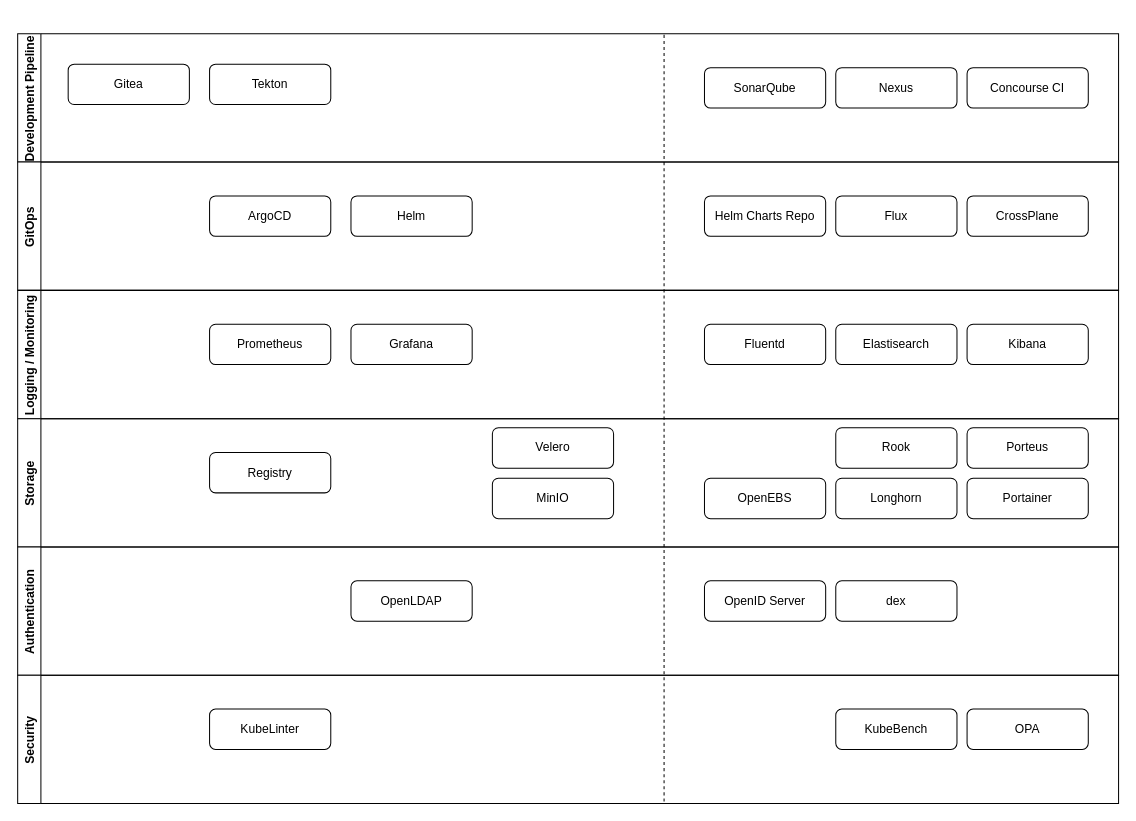
Earlier version of the draw.io diagram docs/map/source/map.drawio (onthedock/k8s-devops). Source tidied: cells renumbered, new cells numbered last; positions are measured from the earlier drawing's top-left corner, leaving out a move shared by most shapes. Both pictures are drawn from the tidied source at 101%, with x=0, y=0 at pixel (17, 33). Pictures stored in the file or linked from it are replaced by grey dashed boxes.
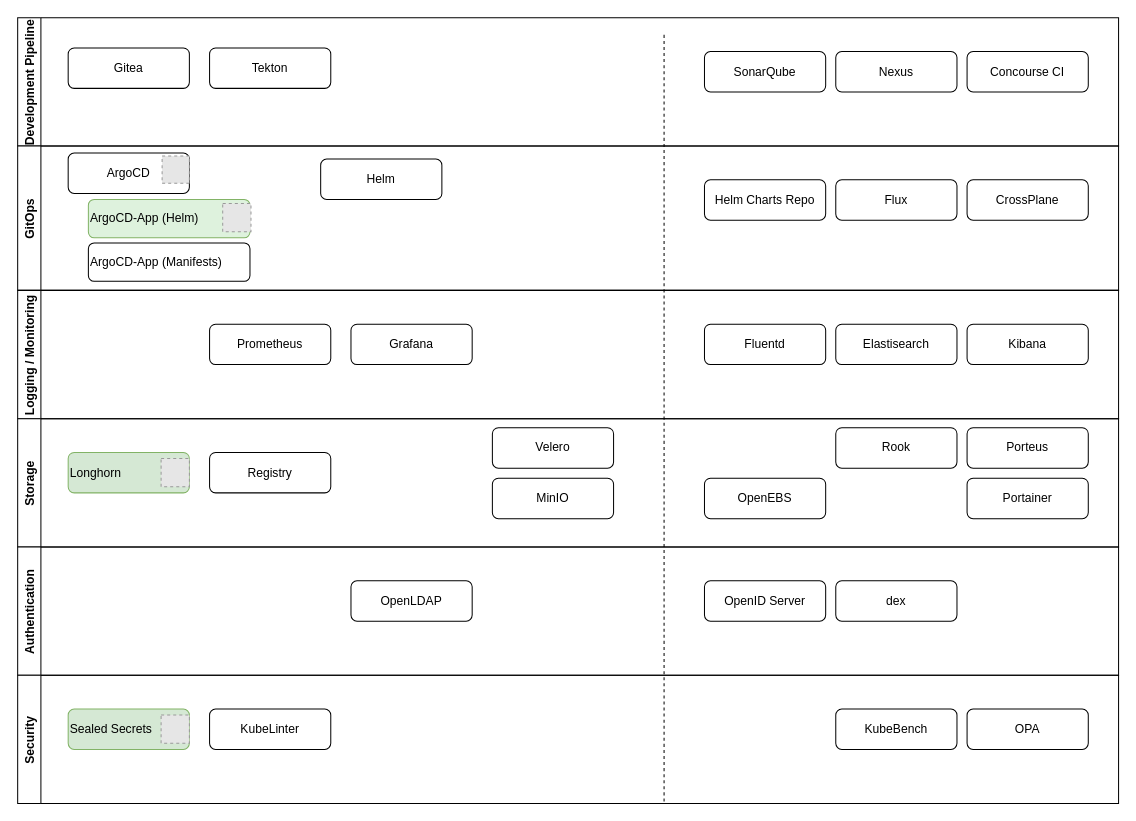
The same page after the edit.

Commit message (it also covers changes not shown here):
Actualiza el mapa de herramientas

- incluye sealed-secrets
- indica (mediante icono) para qué aplicaciones se ha automatizado el despliegue

The change refers to these unchanged cells:
```xml
<mxCell id="20" value="Storage" style="swimlane;horizontal=0;" parent="1" vertex="1">
  <mxGeometry y="381" width="1090" height="127" as="geometry" />
</mxCell>
<mxCell id="33" value="Security" style="swimlane;horizontal=0;" parent="1" vertex="1">
  <mxGeometry y="635" width="1090" height="127" as="geometry" />
</mxCell>
```

The edit, as a diff of the source:
```diff
@@
     <mxCell id="2" value="Development Pipeline" style="swimlane;horizontal=0;" parent="1" vertex="1">
-      <mxGeometry width="1090" height="127" as="geometry" />
+      <mxGeometry y="-16" width="1090" height="127" as="geometry" />
     </mxCell>
@@
     <mxCell id="8" value="GitOps" style="swimlane;horizontal=0;" parent="1" vertex="1">
-      <mxGeometry y="127" width="1090" height="127" as="geometry" />
+      <mxGeometry y="111" width="1090" height="143" as="geometry" />
     </mxCell>
     <mxCell id="9" value="ArgoCD" style="rounded=1;whiteSpace=wrap;html=1;" parent="8" vertex="1">
-      <mxGeometry x="190" y="33.5" width="120" height="40" as="geometry" />
+      <mxGeometry x="50" y="7" width="120" height="40" as="geometry" />
     </mxCell>
     <mxCell id="10" value="Helm" style="rounded=1;whiteSpace=wrap;html=1;" parent="8" vertex="1">
-      <mxGeometry x="330" y="33.5" width="120" height="40" as="geometry" />
+      <mxGeometry x="300" y="13" width="120" height="40" as="geometry" />
     </mxCell>
@@
+    <mxCell id="38" value="ArgoCD-App (Helm)" style="rounded=1;whiteSpace=wrap;html=1;align=left;strokeColor=#82b366;fillColor=#DEF2DD;" parent="8" vertex="1">
+      <mxGeometry x="70" y="53" width="160" height="38" as="geometry" />
+    </mxCell>
+    <mxCell id="39" style="fillColor=#E6E6E6;strokeColor=#999999;dashed=1;html=1;verticalAlign=top;verticalLabelPosition=bottom;labelBackgroundColor=#ffffff;" parent="8" vertex="1">
+      <mxGeometry x="143" y="10" width="27" height="27" as="geometry" />
+    </mxCell>
+    <mxCell id="40" style="fillColor=#E6E6E6;strokeColor=#999999;dashed=1;html=1;verticalAlign=top;verticalLabelPosition=bottom;labelBackgroundColor=#ffffff;" parent="8" vertex="1">
+      <mxGeometry x="203" y="57" width="28" height="28" as="geometry" />
+    </mxCell>
@@
-    <mxCell id="24" value="Longhorn" style="rounded=1;whiteSpace=wrap;html=1;" parent="20" vertex="1">
-      <mxGeometry x="810" y="59" width="120" height="40" as="geometry" />
+    <mxCell id="24" value="Longhorn" style="rounded=1;whiteSpace=wrap;html=1;fillColor=#d5e8d4;strokeColor=#82b366;align=left;" parent="20" vertex="1">
+      <mxGeometry x="50" y="33.5" width="120" height="40" as="geometry" />
     </mxCell>
@@
+    <mxCell id="41" style="fillColor=#E6E6E6;strokeColor=#999999;dashed=1;html=1;verticalAlign=top;verticalLabelPosition=bottom;labelBackgroundColor=#ffffff;" parent="20" vertex="1">
+      <mxGeometry x="142" y="39.5" width="28" height="28" as="geometry" />
+    </mxCell>
@@
+    <mxCell id="42" value="Sealed Secrets" style="rounded=1;whiteSpace=wrap;html=1;fillColor=#d5e8d4;strokeColor=#82b366;align=left;" parent="33" vertex="1">
+      <mxGeometry x="50" y="33.5" width="120" height="40" as="geometry" />
+    </mxCell>
+    <mxCell id="43" style="fillColor=#E6E6E6;strokeColor=#999999;dashed=1;html=1;verticalAlign=top;verticalLabelPosition=bottom;labelBackgroundColor=#ffffff;" parent="33" vertex="1">
+      <mxGeometry x="142" y="39.5" width="28" height="28" as="geometry" />
+    </mxCell>
+    <mxCell id="44" value="ArgoCD-App (Manifests)" style="rounded=1;whiteSpace=wrap;html=1;align=left;" parent="1" vertex="1">
+      <mxGeometry x="70" y="207" width="160" height="38" as="geometry" />
+    </mxCell>
```
